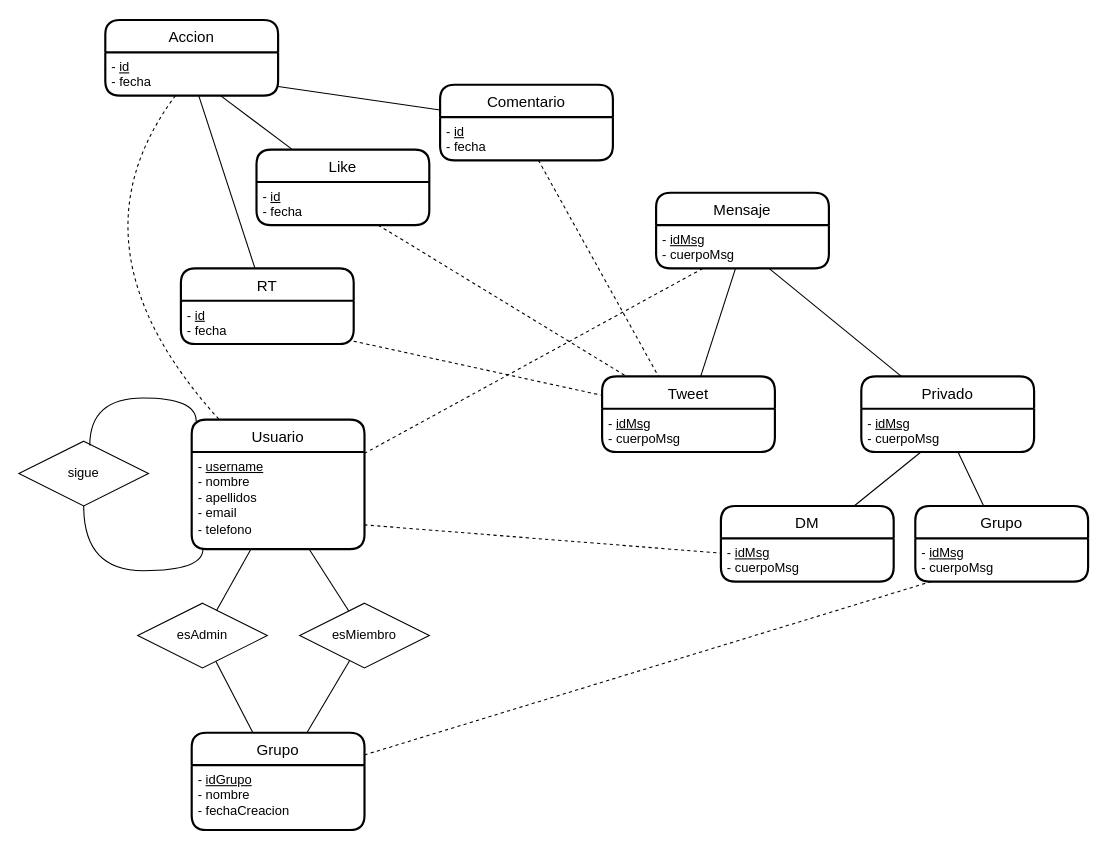
JuanMarinG/TA12_MYSQL keeps this draw.io diagram as ex16.drawio. Above is the earlier version. Source tidied: cells renumbered, new cells numbered last; positions are measured from the earlier drawing's top-left corner, leaving out a move shared by most shapes. Both pictures are drawn from the tidied source at 108%, with x=0, y=0 at pixel (18, 19).
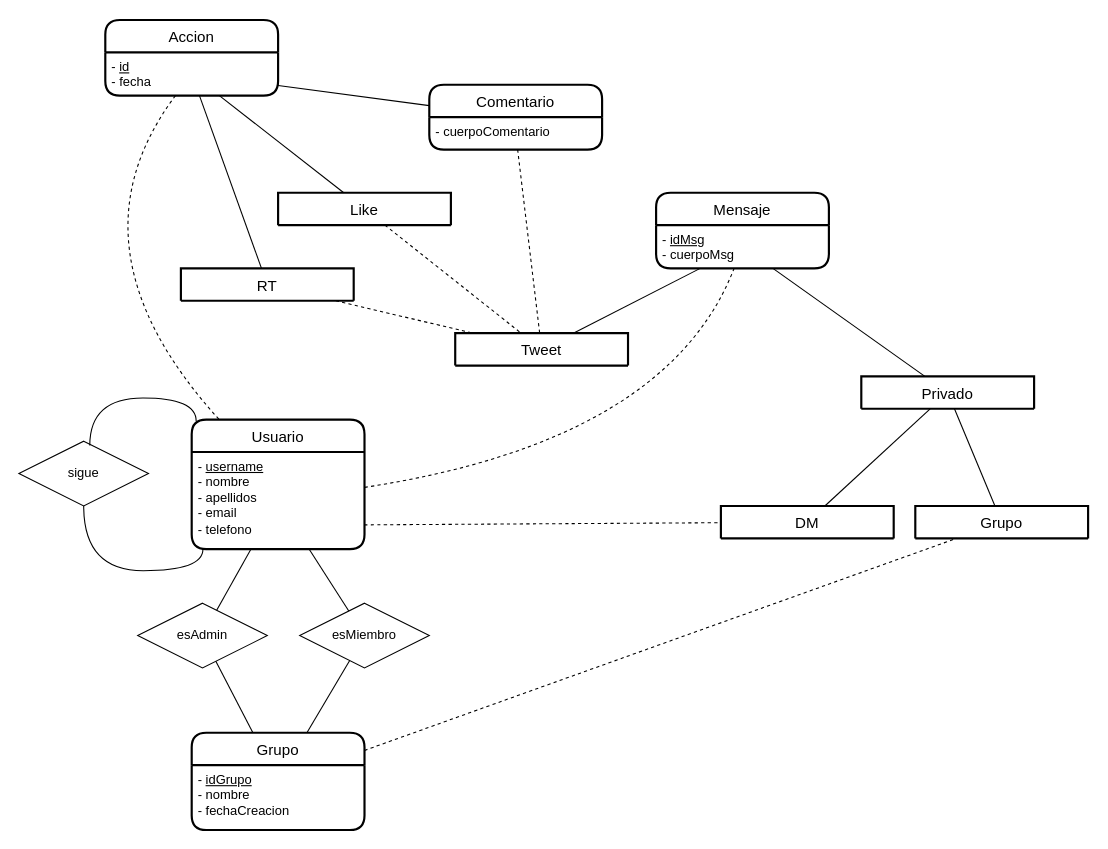
Above is the later version.

The change refers to these unchanged cells:
```xml
<mxCell id="3" value="- &lt;u&gt;username&lt;/u&gt;&lt;br&gt;- nombre&lt;br&gt;- apellidos&lt;br&gt;- email&lt;br&gt;- telefono" style="align=left;strokeColor=none;fillColor=none;spacingLeft=4;fontSize=12;verticalAlign=top;html=1;" parent="2" vertex="1">
  <mxGeometry y="30" width="160" height="90" as="geometry" />
</mxCell>
<mxCell id="4" value="Grupo" style="swimlane;horizontal=1;startSize=30;rounded=1;fontSize=14;fontStyle=0;strokeWidth=2;shadow=0;dashed=0;align=center;" parent="1" vertex="1">
  <mxGeometry x="160" y="660" width="160" height="90" as="geometry" />
</mxCell>
<mxCell id="9" value="- &lt;u&gt;idMsg&lt;/u&gt;&lt;br&gt;- cuerpoMsg" style="align=left;strokeColor=none;fillColor=none;spacingLeft=4;fontSize=12;verticalAlign=top;html=1;" parent="8" vertex="1">
  <mxGeometry y="30" width="160" height="40" as="geometry" />
</mxCell>
```

What changed in the source:
```diff
@@
     <mxCell id="11" value="Tweet" style="swimlane;horizontal=1;startSize=30;rounded=1;fontSize=14;fontStyle=0;strokeWidth=2;shadow=0;dashed=0;align=center;" parent="1" vertex="1">
-      <mxGeometry x="540" y="330" width="160" height="70" as="geometry" />
+      <mxGeometry x="404" y="290" width="160" height="30" as="geometry" />
     </mxCell>
-    <mxCell id="12" value="- &lt;u&gt;idMsg&lt;/u&gt;&lt;br&gt;- cuerpoMsg" style="align=left;strokeColor=none;fillColor=none;spacingLeft=4;fontSize=12;verticalAlign=top;html=1;" parent="11" vertex="1">
-      <mxGeometry y="30" width="160" height="40" as="geometry" />
-    </mxCell>
     <mxCell id="13" value="Privado" style="swimlane;horizontal=1;startSize=30;rounded=1;fontSize=14;fontStyle=0;strokeWidth=2;shadow=0;dashed=0;align=center;" parent="1" vertex="1">
-      <mxGeometry x="780" y="330" width="160" height="70" as="geometry" />
+      <mxGeometry x="780" y="330" width="160" height="30" as="geometry" />
     </mxCell>
-    <mxCell id="14" value="- &lt;u&gt;idMsg&lt;/u&gt;&lt;br&gt;- cuerpoMsg" style="align=left;strokeColor=none;fillColor=none;spacingLeft=4;fontSize=12;verticalAlign=top;html=1;" parent="13" vertex="1">
-      <mxGeometry y="30" width="160" height="40" as="geometry" />
-    </mxCell>
     <mxCell id="15" value="Grupo" style="swimlane;horizontal=1;startSize=30;rounded=1;fontSize=14;fontStyle=0;strokeWidth=2;shadow=0;dashed=0;align=center;" parent="1" vertex="1">
-      <mxGeometry x="830" y="450" width="160" height="70" as="geometry" />
+      <mxGeometry x="830" y="450" width="160" height="30" as="geometry" />
     </mxCell>
-    <mxCell id="16" value="- &lt;u&gt;idMsg&lt;/u&gt;&lt;br&gt;- cuerpoMsg" style="align=left;strokeColor=none;fillColor=none;spacingLeft=4;fontSize=12;verticalAlign=top;html=1;" parent="15" vertex="1">
-      <mxGeometry y="30" width="160" height="40" as="geometry" />
-    </mxCell>
     <mxCell id="17" value="DM" style="swimlane;horizontal=1;startSize=30;rounded=1;fontSize=14;fontStyle=0;strokeWidth=2;shadow=0;dashed=0;align=center;" parent="1" vertex="1">
-      <mxGeometry x="650" y="450" width="160" height="70" as="geometry" />
+      <mxGeometry x="650" y="450" width="160" height="30" as="geometry" />
     </mxCell>
-    <mxCell id="18" value="- &lt;u&gt;idMsg&lt;/u&gt;&lt;br&gt;- cuerpoMsg" style="align=left;strokeColor=none;fillColor=none;spacingLeft=4;fontSize=12;verticalAlign=top;html=1;" parent="17" vertex="1">
-      <mxGeometry y="30" width="160" height="40" as="geometry" />
-    </mxCell>
@@
     <mxCell id="25" style="endArrow=none;html=1;rounded=0;curved=1;dashed=1;" parent="1" edge="1" source="3" target="9">
-      <mxGeometry relative="1" as="geometry" />
+      <mxGeometry relative="1" as="geometry">
+        <Array as="points">
+          <mxPoint x="600" y="390" />
+        </Array>
+      </mxGeometry>
     </mxCell>
@@
-    <mxCell id="28" style="endArrow=none;html=1;rounded=0;curved=1;" parent="1" edge="1" source="14" target="17">
+    <mxCell id="28" style="endArrow=none;html=1;rounded=0;curved=1;" parent="1" edge="1" source="13" target="17">
       <mxGeometry relative="1" as="geometry" />
     </mxCell>
-    <mxCell id="29" style="endArrow=none;html=1;rounded=0;curved=1;" parent="1" edge="1" source="14" target="15">
+    <mxCell id="29" style="endArrow=none;html=1;rounded=0;curved=1;" parent="1" edge="1" source="13" target="15">
       <mxGeometry relative="1" as="geometry" />
     </mxCell>
-    <mxCell id="30" style="endArrow=none;html=1;rounded=0;curved=1;dashed=1;" parent="1" edge="1" source="4" target="16">
+    <mxCell id="30" style="endArrow=none;html=1;rounded=0;curved=1;dashed=1;" parent="1" edge="1" source="4" target="15">
       <mxGeometry relative="1" as="geometry" />
     </mxCell>
-    <mxCell id="31" style="endArrow=none;html=1;rounded=0;curved=1;dashed=1;exitX=1;exitY=0.75;exitDx=0;exitDy=0;" parent="1" edge="1" source="3" target="18">
+    <mxCell id="31" style="endArrow=none;html=1;rounded=0;curved=1;dashed=1;exitX=1;exitY=0.75;exitDx=0;exitDy=0;" parent="1" edge="1" source="3" target="17">
       <mxGeometry relative="1" as="geometry" />
     </mxCell>
     <mxCell id="32" value="Comentario" style="swimlane;horizontal=1;startSize=30;rounded=1;fontSize=14;fontStyle=0;strokeWidth=2;shadow=0;dashed=0;align=center;" parent="1" vertex="1">
-      <mxGeometry x="390" y="60" width="160" height="70" as="geometry" />
+      <mxGeometry x="380" y="60" width="160" height="60" as="geometry" />
     </mxCell>
-    <mxCell id="33" value="-&amp;nbsp;&lt;u&gt;id&lt;/u&gt;&lt;br&gt;- fecha" style="align=left;strokeColor=none;fillColor=none;spacingLeft=4;fontSize=12;verticalAlign=top;html=1;" parent="32" vertex="1">
-      <mxGeometry y="30" width="160" height="40" as="geometry" />
+    <mxCell id="33" value="- cuerpoComentario" style="align=left;strokeColor=none;fillColor=none;spacingLeft=4;fontSize=12;verticalAlign=top;html=1;" parent="32" vertex="1">
+      <mxGeometry y="30" width="160" height="30" as="geometry" />
     </mxCell>
     <mxCell id="34" value="Like" style="swimlane;horizontal=1;startSize=30;rounded=1;fontSize=14;fontStyle=0;strokeWidth=2;shadow=0;dashed=0;align=center;" parent="1" vertex="1">
-      <mxGeometry x="220" y="120" width="160" height="70" as="geometry" />
+      <mxGeometry x="240" y="160" width="160" height="30" as="geometry" />
     </mxCell>
-    <mxCell id="35" value="-&amp;nbsp;&lt;u&gt;id&lt;/u&gt;&lt;br&gt;- fecha" style="align=left;strokeColor=none;fillColor=none;spacingLeft=4;fontSize=12;verticalAlign=top;html=1;" parent="34" vertex="1">
-      <mxGeometry y="30" width="160" height="40" as="geometry" />
-    </mxCell>
     <mxCell id="36" value="RT" style="swimlane;horizontal=1;startSize=30;rounded=1;fontSize=14;fontStyle=0;strokeWidth=2;shadow=0;dashed=0;align=center;" parent="1" vertex="1">
-      <mxGeometry x="150" y="230" width="160" height="70" as="geometry" />
+      <mxGeometry x="150" y="230" width="160" height="30" as="geometry" />
     </mxCell>
-    <mxCell id="37" value="-&amp;nbsp;&lt;u&gt;id&lt;/u&gt;&lt;br&gt;- fecha" style="align=left;strokeColor=none;fillColor=none;spacingLeft=4;fontSize=12;verticalAlign=top;html=1;" parent="36" vertex="1">
-      <mxGeometry y="30" width="160" height="40" as="geometry" />
-    </mxCell>
-    <mxCell id="38" style="endArrow=none;html=1;rounded=0;curved=1;dashed=1;" parent="1" edge="1" source="37" target="11">
+    <mxCell id="38" style="endArrow=none;html=1;rounded=0;curved=1;dashed=1;" parent="1" edge="1" source="36" target="11">
       <mxGeometry relative="1" as="geometry" />
     </mxCell>
-    <mxCell id="39" style="endArrow=none;html=1;rounded=0;curved=1;dashed=1;" parent="1" edge="1" source="35" target="11">
+    <mxCell id="39" style="endArrow=none;html=1;rounded=0;curved=1;dashed=1;" parent="1" edge="1" source="34" target="11">
       <mxGeometry relative="1" as="geometry" />
     </mxCell>
-    <mxCell id="40" style="endArrow=none;html=1;rounded=0;curved=1;dashed=1;entryX=0.328;entryY=0.007;entryDx=0;entryDy=0;entryPerimeter=0;" parent="1" edge="1" source="33" target="11">
+    <mxCell id="40" style="endArrow=none;html=1;rounded=0;curved=1;dashed=1;" parent="1" edge="1" source="33" target="11">
       <mxGeometry relative="1" as="geometry" />
     </mxCell>
```
